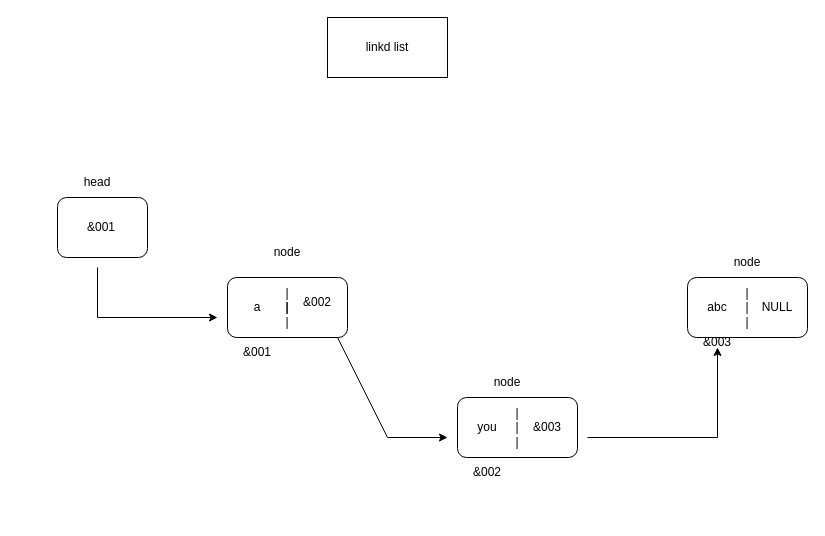
Above: Untitled Diagram.drawio in YOUSSF890/swap (draw.io), before the change. Source tidied: cells renumbered, new cells numbered last; positions are measured from the earlier drawing's top-left corner, leaving out a move shared by most shapes. Both pictures are drawn from the tidied source at 100%, with x=0, y=0 at pixel (57, 17).
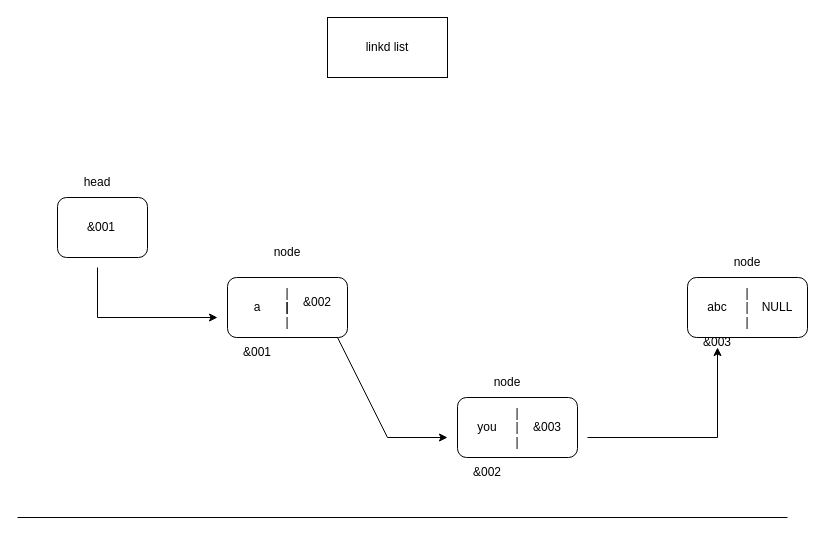
After the change.

Change to the diagram source:
```diff
@@
+    <mxCell id="28" style="endArrow=none;html=1;rounded=0;" parent="1" edge="1">
+      <mxGeometry relative="1" as="geometry">
+        <mxPoint x="-40" y="500" as="sourcePoint" />
+        <mxPoint x="730" y="500" as="targetPoint" />
+      </mxGeometry>
+    </mxCell>
```
